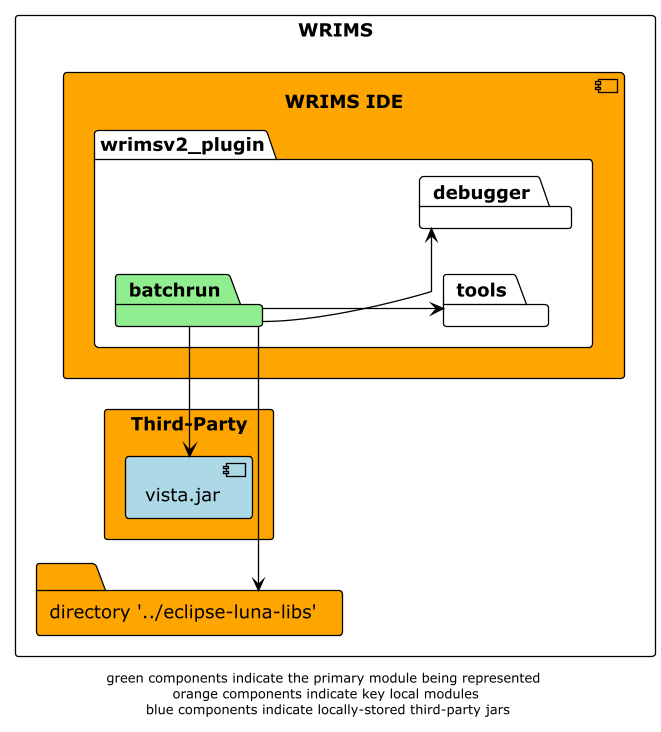
The PlantUML diagram docs/diagrams/wrims-modules/wrims-ide/wrims-ide_batchrun.png in CentralValleyModeling/wrims-gui, before a commit.
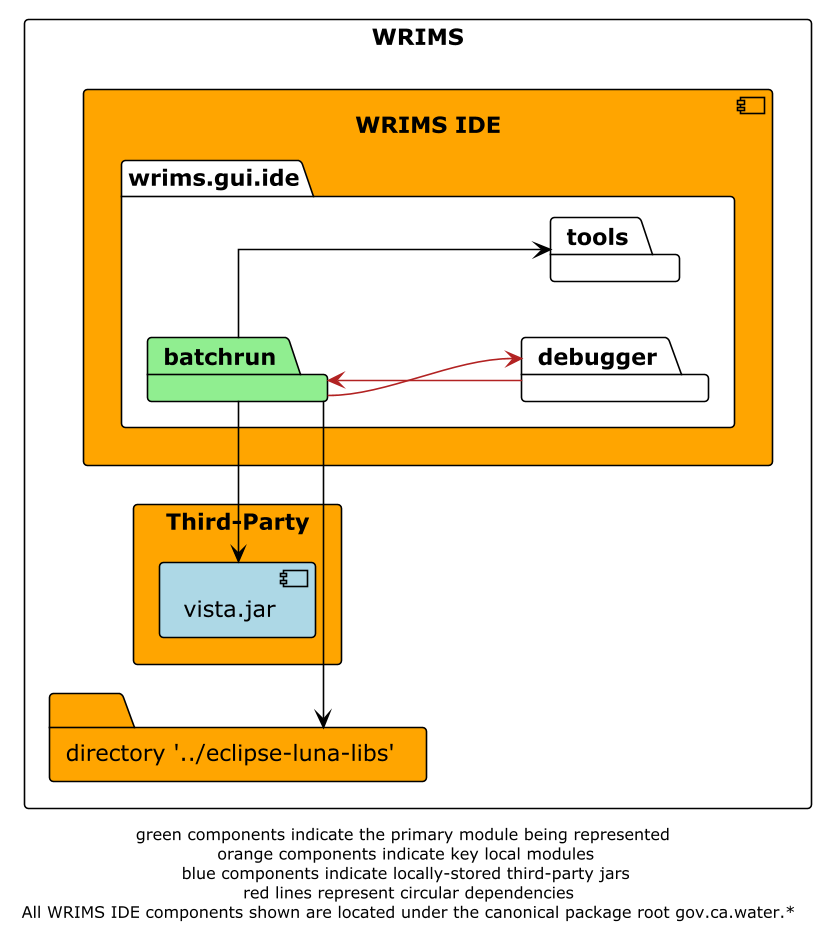
Later version of the same file.

Change to the diagram source:
```diff
@@ -6,7 +6,7 @@
 
 rectangle WRIMS {
     component wrims-ide as "WRIMS IDE" #orange {
-        package wrimsv2_plugin {
+        package wrims.gui.ide {
             package batchrun #lightgreen
             package tools
             package debugger
@@ -22,7 +22,9 @@
 batchrun -r-> luna_libs
 batchrun -l-> vista
 batchrun -down-> tools
-batchrun -down-> debugger
+batchrun -down-> debugger #firebrick
 
-footer "green components indicate the primary module being represented \n orange components indicate key local modules \n blue components indicate locally-stored third-party jars"
+debugger -> batchrun #firebrick
+
+footer "green components indicate the primary module being represented \n orange components indicate key local modules \n blue components indicate locally-stored third-party jars \n red lines represent circular dependencies\n All WRIMS IDE components shown are located under the canonical package root gov.ca.water.*"
 @enduml
```
